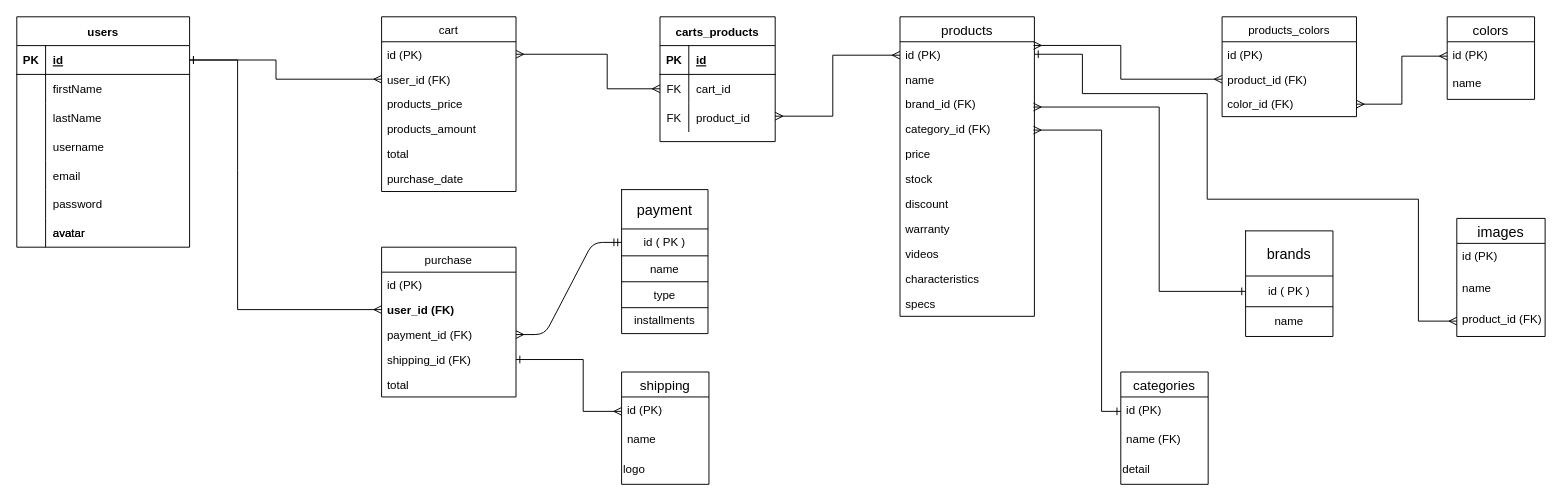
Above: db_diagrams/db_diagram.drawio in teosordo/grupo_3_mat (draw.io), before the change. Source tidied: cells renumbered, new cells numbered last; positions are measured from the earlier drawing's top-left corner, leaving out a move shared by most shapes. Both pictures are drawn from the tidied source at 96%, with x=0, y=0 at pixel (16, 16).
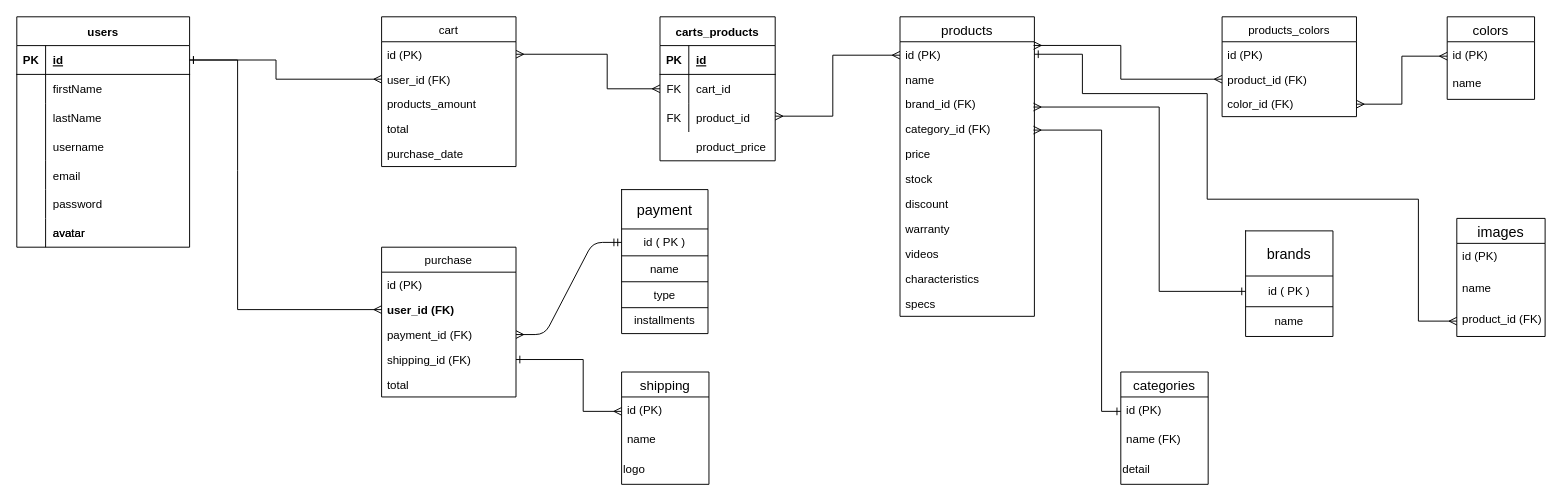
After the change.

Unchanged cells that the change refers to:
```xml
<mxCell id="3" style="shape=partialRectangle;fillColor=none;top=0;left=0;bottom=1;right=0;points=[[0,0.5],[1,0.5]];portConstraint=eastwest;" parent="2" vertex="1">
  <mxGeometry y="30" width="180" height="30" as="geometry" />
</mxCell>
<mxCell id="48" value="user_id (FK)" style="text;strokeColor=none;fillColor=none;align=left;verticalAlign=top;spacingLeft=4;spacingRight=4;overflow=hidden;points=[[0,0.5],[1,0.5]];portConstraint=eastwest;" parent="46" vertex="1">
  <mxGeometry y="52" width="140" height="26" as="geometry" />
</mxCell>
```

What changed in the source:
```diff
@@
     <mxCell id="46" value="cart" style="swimlane;fontStyle=0;horizontal=1;startSize=26;" parent="1" vertex="1">
-      <mxGeometry x="380" width="140" height="182" as="geometry" />
+      <mxGeometry x="380" width="140" height="156" as="geometry" />
     </mxCell>
@@
-    <mxCell id="49" value="products_price" style="text;strokeColor=none;fillColor=none;align=left;verticalAlign=top;spacingLeft=4;spacingRight=4;overflow=hidden;" parent="46" vertex="1">
-      <mxGeometry y="78" width="140" height="26" as="geometry" />
-    </mxCell>
     <mxCell id="50" value="products_amount" style="text;strokeColor=none;fillColor=none;align=left;verticalAlign=top;spacingLeft=4;spacingRight=4;overflow=hidden;" parent="46" vertex="1" source="3" target="48">
-      <mxGeometry y="104" width="140" height="26" as="geometry" />
+      <mxGeometry y="78" width="140" height="26" as="geometry" />
     </mxCell>
     <mxCell id="51" value="total" style="text;strokeColor=none;fillColor=none;align=left;verticalAlign=top;spacingLeft=4;spacingRight=4;overflow=hidden;" parent="46" vertex="1">
-      <mxGeometry y="130" width="140" height="26" as="geometry" />
+      <mxGeometry y="104" width="140" height="26" as="geometry" />
     </mxCell>
     <mxCell id="52" value="purchase_date" style="text;strokeColor=none;fillColor=none;align=left;verticalAlign=top;spacingLeft=4;spacingRight=4;overflow=hidden;" parent="46" vertex="1">
-      <mxGeometry y="156" width="140" height="26" as="geometry" />
+      <mxGeometry y="130" width="140" height="26" as="geometry" />
     </mxCell>
@@
     <mxCell id="64" value="carts_products" style="shape=table;startSize=30;childLayout=tableLayout;rowLines=0;fontStyle=1;align=center;" parent="1" vertex="1">
-      <mxGeometry x="670" width="120" height="130" as="geometry" />
+      <mxGeometry x="670" width="120" height="150" as="geometry" />
     </mxCell>
@@
+    <mxCell id="110" value="product_price" style="shape=partialRectangle;fillColor=none;top=0;left=0;bottom=0;right=0;align=left;spacingLeft=6;overflow=hidden;" parent="1" vertex="1">
+      <mxGeometry x="700" y="120" width="90" height="30" as="geometry" />
+    </mxCell>
```
